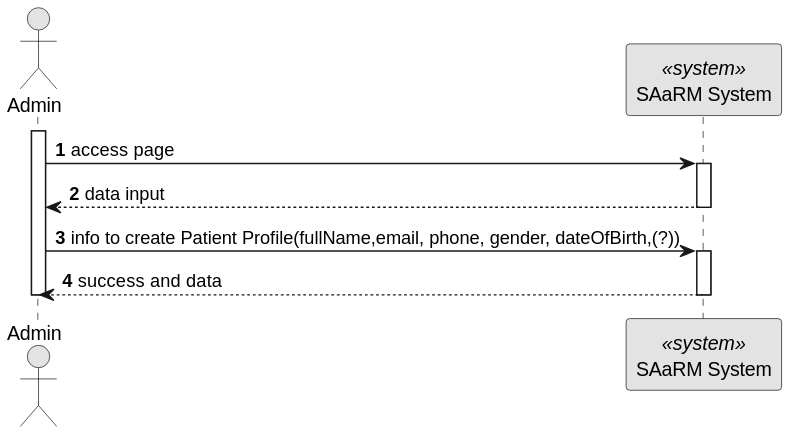
This is docs/BackofficeModule/5.1.8/sequence-diagram-1.svg from Ana-Miguel-Silva/SurgicalAppointmentAndResourceManagement, a PlantUML export, as it was before one commit. Source of this version:
```plantuml
@startuml
skinparam monochrome true
skinparam packageStyle rectangle
skinparam shadowing false

autonumber

actor "Admin" as AD
participant "SAaRM System" as SYS <<system>>

activate AD
AD -> SYS: access page
activate SYS
SYS --> AD : data input
deactivate SYS
AD -> SYS : info to create Patient Profile(fullName,email, phone, gender, dateOfBirth,(?))
activate SYS
SYS --> AD : success and data

deactivate SYS

deactivate AD
@enduml
```
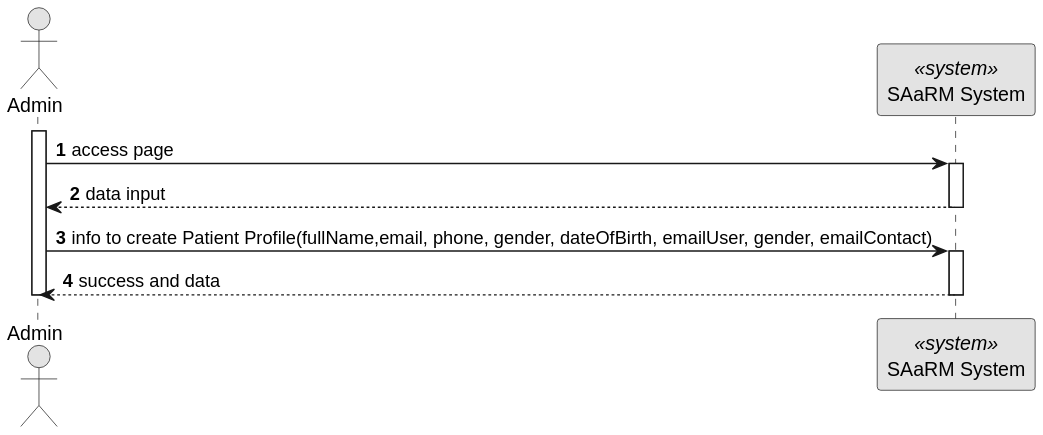
The same file after the commit.

The edit, as a diff of the source:
```diff
@@ -13,7 +13,7 @@
 activate SYS
 SYS --> AD : data input
 deactivate SYS
-AD -> SYS : info to create Patient Profile(fullName,email, phone, gender, dateOfBirth,(?))
+AD -> SYS : info to create Patient Profile(fullName,email, phone, gender, dateOfBirth, emailUser, gender, emailContact)
 activate SYS
 SYS --> AD : success and data
 
```
